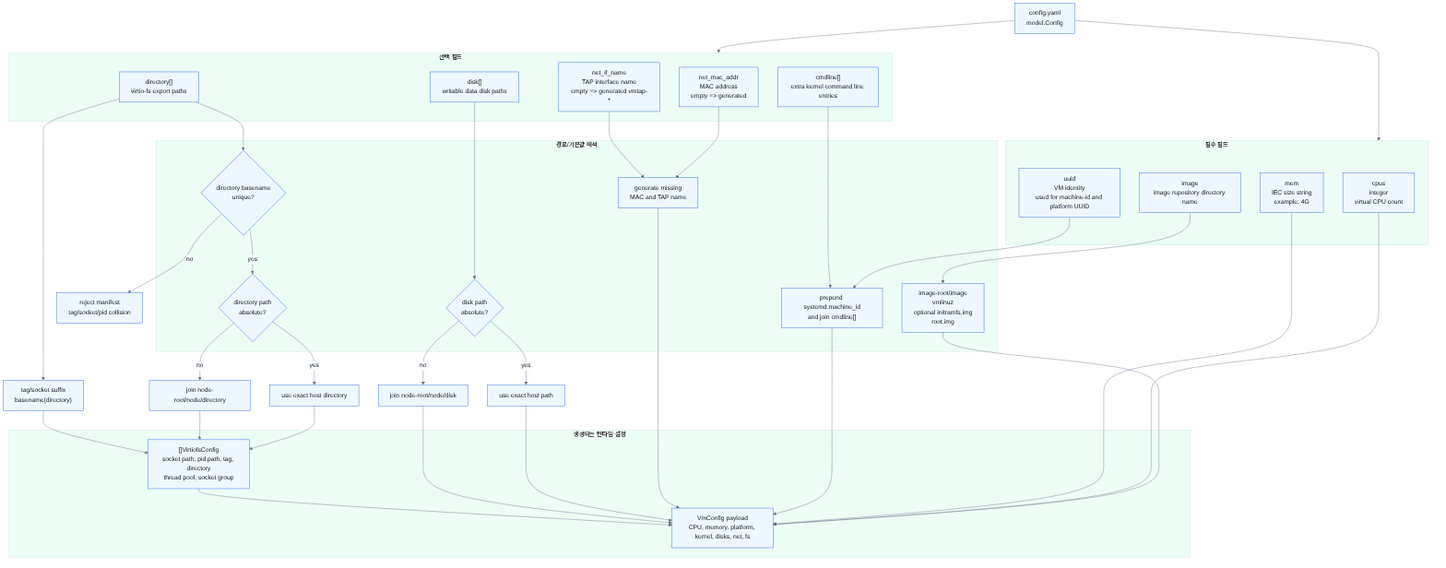
Above: docs/diagrams/manifest-schema.png in spi-ca/cvmm (Mermaid), before the change. Its source is kept beside it as docs/diagrams/manifest-schema.mmd.
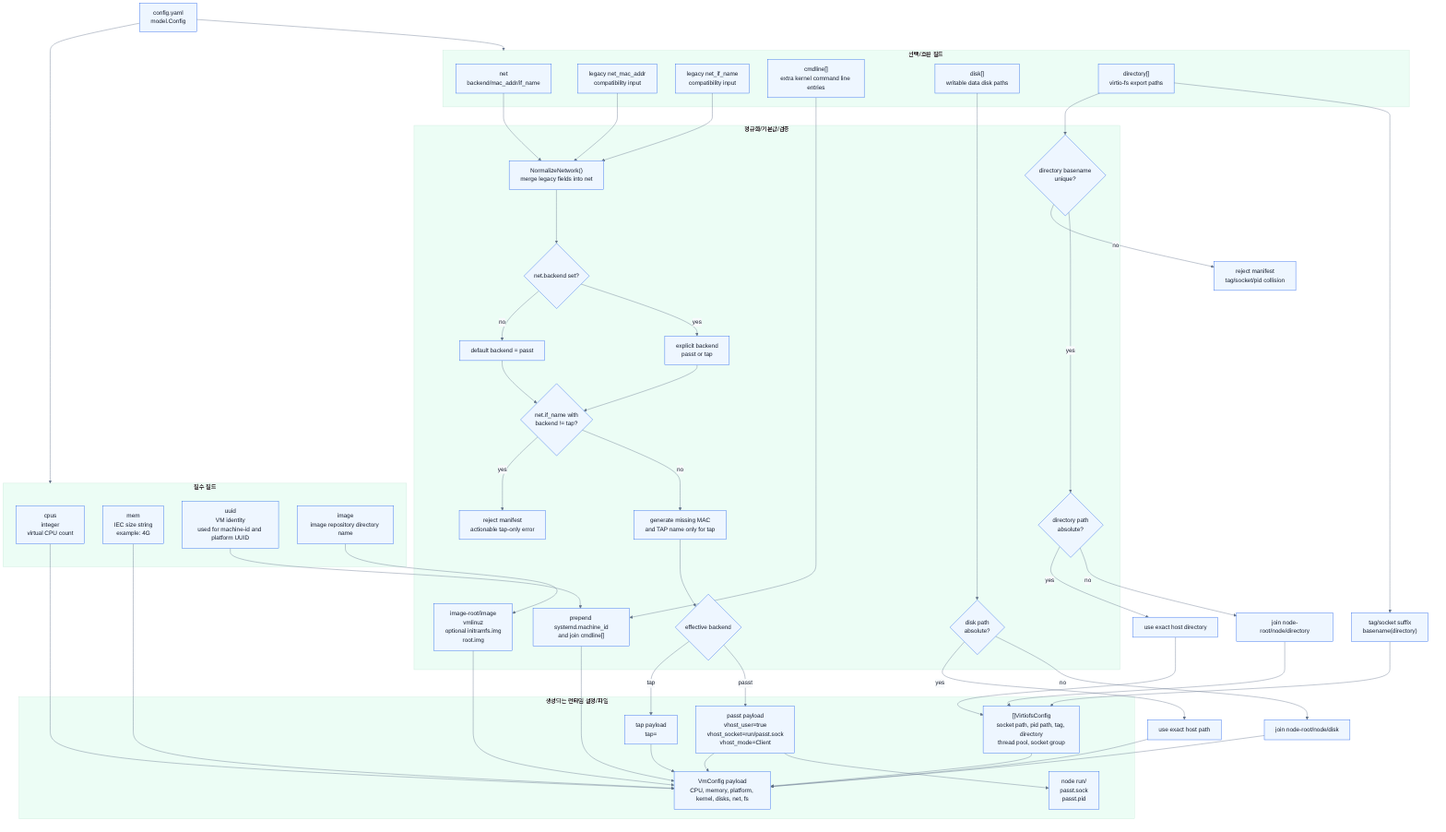
Above is the later version.

Diff of the diagram source:
```diff
@@ -8,25 +8,36 @@
         image["image\nimage repository directory name"]
     end
 
-    subgraph optional["선택 필드"]
-        mac["net_mac_addr\nMAC address\nempty => generated"]
-        tap["net_if_name\nTAP interface name\nempty => generated vmtap-*"]
+    subgraph optional["선택/호환 필드"]
+        net["net\nbackend/mac_addr/if_name"]
+        legacyMac["legacy net_mac_addr\ncompatibility input"]
+        legacyTap["legacy net_if_name\ncompatibility input"]
         cmdline["cmdline[]\nextra kernel command line entries"]
         disk["disk[]\nwritable data disk paths"]
         directory["directory[]\nvirtio-fs export paths"]
     end
 
-    subgraph resolution["경로/기본값 해석"]
+    subgraph resolution["정규화/기본값/검증"]
+        normalize["NormalizeNetwork()\nmerge legacy fields into net"]
+        backendRule{"net.backend set?"}
+        backendDefault["default backend = passt"]
+        backendExplicit["explicit backend\npasst or tap"]
+        ifNameRule{"net.if_name with\nbackend != tap?"}
+        rejectTap["reject manifest\nactionable tap-only error"]
+        defaults["generate missing MAC\nand TAP name only for tap"]
+        effectiveBackend{"effective backend"}
         imageBase["image-root/image\nvmlinuz\noptional initramfs.img\nroot.img"]
         diskRule{"disk path\nabsolute?"}
         basenameRule{"directory basename\nunique?"}
         dirRule{"directory path\nabsolute?"}
-        defaults["generate missing\nMAC and TAP name"]
         cmd["prepend systemd.machine_id\nand join cmdline[]"]
     end
 
-    subgraph vmcfg["생성되는 런타임 설정"]
+    subgraph runtime["생성되는 런타임 설정/파일"]
         payload["VmConfig payload\nCPU, memory, platform, kernel, disks, net, fs"]
+        netTapPayload["tap payload\ntap=<if_name>"]
+        netPasstPayload["passt payload\nvhost_user=true\nvhost_socket=run/passt.sock\nvhost_mode=Client"]
+        passtFiles["node run/\npasst.sock\npasst.pid"]
         vfs["[]VirtiofsConfig\nsocket path, pid path, tag, directory\nthread pool, socket group"]
     end
 
@@ -37,13 +48,22 @@
     mem --> payload
     uuid --> cmd --> payload
     cmdline --> cmd
-    mac --> defaults --> payload
-    tap --> defaults
+    net --> normalize
+    legacyMac --> normalize
+    legacyTap --> normalize
+    normalize --> backendRule
+    backendRule -- no --> backendDefault --> ifNameRule
+    backendRule -- yes --> backendExplicit --> ifNameRule
+    ifNameRule -- yes --> rejectTap
+    ifNameRule -- no --> defaults --> effectiveBackend
+    effectiveBackend -- tap --> netTapPayload --> payload
+    effectiveBackend -- passt --> netPasstPayload --> payload
+    netPasstPayload --> passtFiles
     disk --> diskRule
     diskRule -- yes --> diskAbs["use exact host path"] --> payload
     diskRule -- no --> diskRel["join node-root/node/disk"] --> payload
     directory --> basenameRule
-    basenameRule -- no --> reject["reject manifest\ntag/socket/pid collision"]
+    basenameRule -- no --> rejectDir["reject manifest\ntag/socket/pid collision"]
     basenameRule -- yes --> dirRule
     dirRule -- yes --> dirAbs["use exact host directory"] --> vfs
     dirRule -- no --> dirRel["join node-root/node/directory"] --> vfs
```
